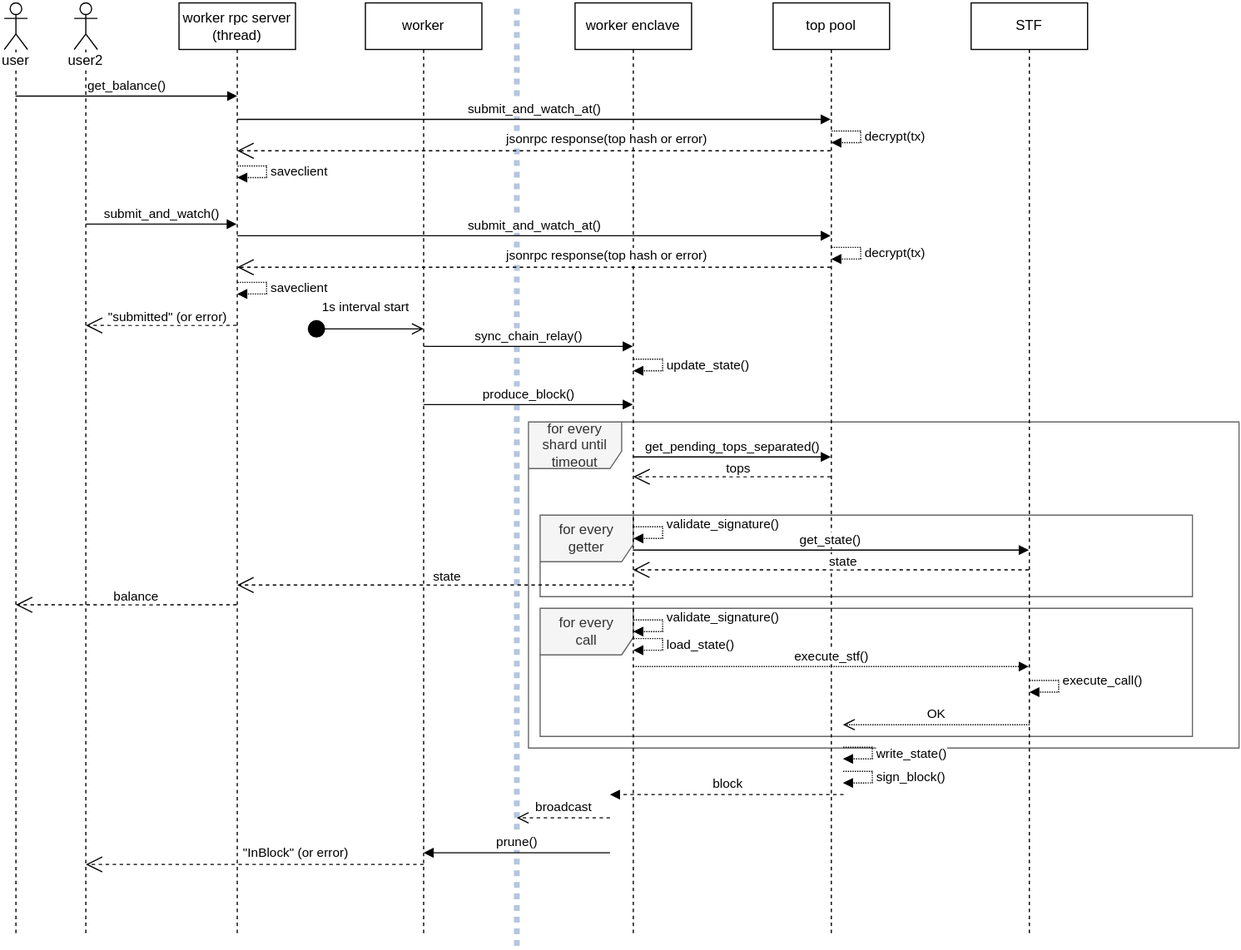
Above: sidechain-sequence.svg in haerdib/substraTEE_diagramms (draw.io), before the change. Source tidied: cells renumbered, new cells last; positions are measured from the earlier drawing's top-left corner, leaving out a move shared by most shapes.
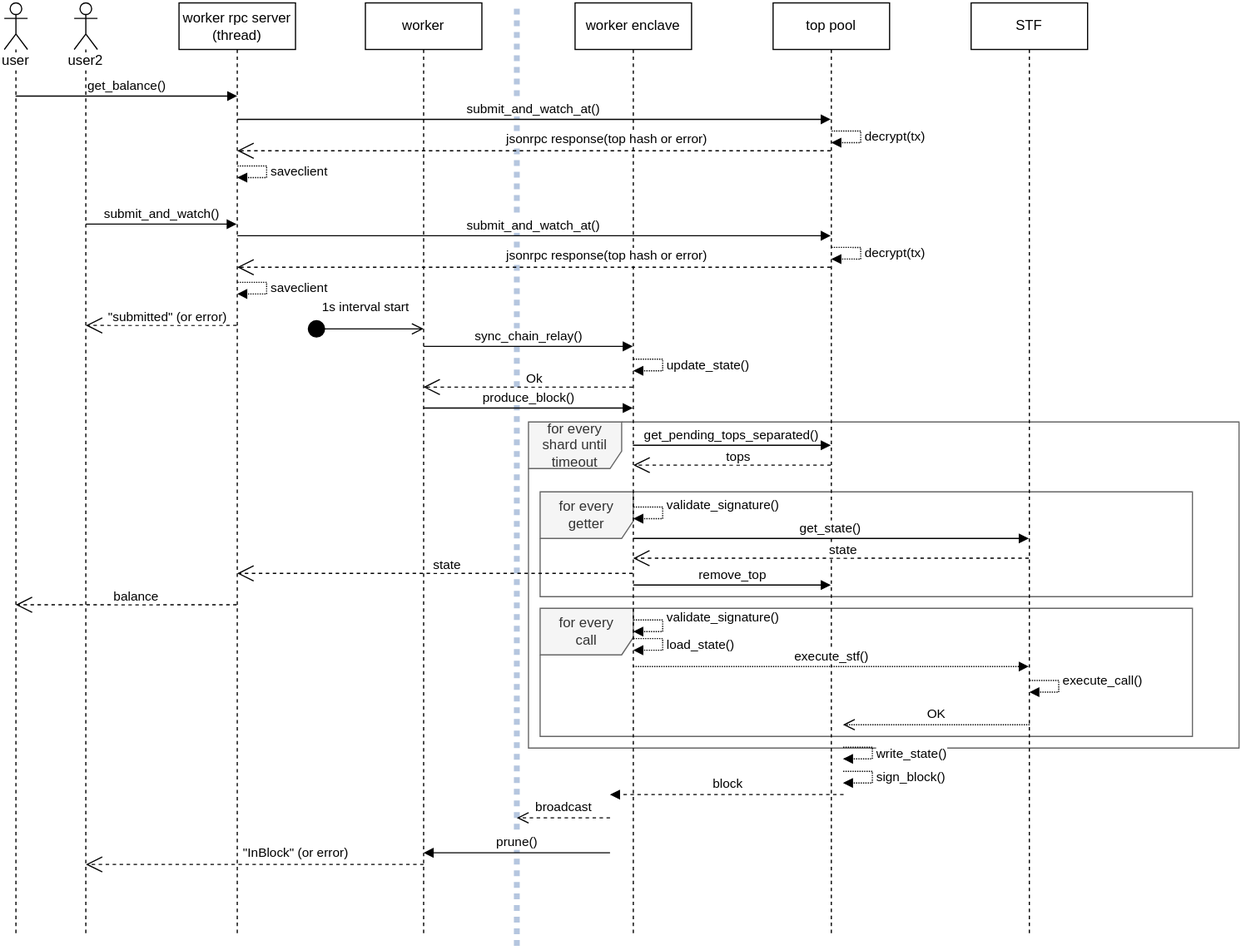
Above is the later version.

Diff of the diagram source:
```diff
@@ -9,7 +9,7 @@
       <mxGeometry x="460" y="520" width="560" height="110" as="geometry" />
     </mxCell>
     <mxCell id="4" value="for every getter" style="shape=umlFrame;whiteSpace=wrap;html=1;width=80;height=40;fillColor=#f5f5f5;strokeColor=#666666;fontColor=#333333;" parent="1" vertex="1">
-      <mxGeometry x="460" y="440" width="560" height="70" as="geometry" />
+      <mxGeometry x="460" y="420" width="560" height="90" as="geometry" />
     </mxCell>
     <mxCell id="5" style="endArrow=none;dashed=1;html=1;fillColor=#dae8fc;strokeColor=#6c8ebf;dashPattern=1 1;strokeWidth=5;opacity=50;" parent="1" edge="1">
       <mxGeometry relative="1" as="geometry">
@@ -32,6 +32,11 @@
     <mxCell id="9" value="worker enclave" style="shape=umlLifeline;perimeter=lifelinePerimeter;whiteSpace=wrap;html=1;" parent="1" vertex="1">
       <mxGeometry x="490" width="100" height="800" as="geometry" />
     </mxCell>
+    <mxCell id="46" value="remove_top" style="html=1;verticalAlign=bottom;endArrow=block;" parent="9" edge="1" target="8">
+      <mxGeometry relative="1" as="geometry">
+        <mxPoint x="50" y="500" as="sourcePoint" />
+      </mxGeometry>
+    </mxCell>
     <mxCell id="10" value="STF" style="shape=umlLifeline;perimeter=lifelinePerimeter;whiteSpace=wrap;html=1;outlineConnect=0;" parent="1" vertex="1">
       <mxGeometry x="830" width="100" height="800" as="geometry" />
     </mxCell>
@@ -49,8 +54,8 @@
     </mxCell>
     <mxCell id="14" value="produce_block()" style="html=1;verticalAlign=bottom;endArrow=block;" parent="13" edge="1">
       <mxGeometry relative="1" as="geometry">
-        <mxPoint x="50" y="345" as="sourcePoint" />
-        <mxPoint x="229.5" y="345" as="targetPoint" />
+        <mxPoint x="50" y="348" as="sourcePoint" />
+        <mxPoint x="229.5" y="348" as="targetPoint" />
       </mxGeometry>
     </mxCell>
     <mxCell id="15" value="1s interval start" style="html=1;verticalAlign=bottom;startArrow=circle;startFill=1;endArrow=open;startSize=6;endSize=8;" parent="1" edge="1">
@@ -187,29 +192,32 @@
     </mxCell>
     <mxCell id="31" value="get_pending_tops_separated()" style="html=1;verticalAlign=bottom;endArrow=block;" parent="1" edge="1">
       <mxGeometry relative="1" as="geometry">
-        <mxPoint x="539.7" y="390" as="sourcePoint" />
-        <mxPoint x="709.5" y="390" as="targetPoint" />
+        <mxPoint x="539.7" y="380" as="sourcePoint" />
+        <mxPoint x="709.5" y="380" as="targetPoint" />
       </mxGeometry>
     </mxCell>
     <mxCell id="32" value="tops" style="endArrow=open;endSize=12;dashed=1;html=1;" parent="1" edge="1">
       <mxGeometry x="-0.06" y="-7" relative="1" as="geometry">
-        <mxPoint x="709.5" y="407" as="sourcePoint" />
-        <mxPoint x="540" y="407" as="targetPoint" />
+        <mxPoint x="709.5" y="397" as="sourcePoint" />
+        <mxPoint x="540" y="397" as="targetPoint" />
       </mxGeometry>
     </mxCell>
-    <mxCell id="33" value="get_state()" style="html=1;verticalAlign=bottom;endArrow=block;" parent="1" edge="1" target="10">
+    <mxCell id="33" value="get_state()" style="html=1;verticalAlign=bottom;endArrow=block;" parent="1" edge="1">
       <mxGeometry relative="1" as="geometry">
-        <mxPoint x="539.7" y="470" as="sourcePoint" />
+        <mxPoint x="539.7" y="460" as="sourcePoint" />
+        <mxPoint x="879.5" y="460" as="targetPoint" />
       </mxGeometry>
     </mxCell>
-    <mxCell id="34" value="state" style="endArrow=open;endSize=12;dashed=1;html=1;" parent="1" edge="1" source="10">
+    <mxCell id="34" value="state" style="endArrow=open;endSize=12;dashed=1;html=1;" parent="1" edge="1">
       <mxGeometry x="-0.06" y="-7" relative="1" as="geometry">
-        <mxPoint x="539.8" y="487" as="targetPoint" />
+        <mxPoint x="879.5" y="477" as="sourcePoint" />
+        <mxPoint x="539.8" y="477" as="targetPoint" />
       </mxGeometry>
     </mxCell>
-    <mxCell id="35" value="state" style="endArrow=open;endSize=12;dashed=1;html=1;" parent="1" edge="1" target="6">
+    <mxCell id="35" value="state" style="endArrow=open;endSize=12;dashed=1;html=1;" parent="1" edge="1">
       <mxGeometry x="-0.06" y="-7" relative="1" as="geometry">
-        <mxPoint x="539.5" y="500" as="sourcePoint" />
+        <mxPoint x="539.5" y="490" as="sourcePoint" />
+        <mxPoint x="199.9" y="490" as="targetPoint" />
       </mxGeometry>
     </mxCell>
     <mxCell id="36" value="balance" style="endArrow=open;endSize=12;dashed=1;html=1;" parent="1" edge="1" target="37">
@@ -273,11 +281,11 @@
     </mxCell>
     <mxCell id="44" value="&lt;div&gt;validate_signature()&lt;/div&gt;&lt;div&gt;&lt;br&gt;&lt;/div&gt;" style="edgeStyle=orthogonalEdgeStyle;html=1;align=left;spacingLeft=2;endArrow=block;rounded=0;dashed=1;dashPattern=1 1;" parent="1" edge="1">
       <mxGeometry relative="1" as="geometry">
-        <mxPoint x="540.2" y="450" as="sourcePoint" />
-        <mxPoint x="540" y="460" as="targetPoint" />
+        <mxPoint x="540.2" y="433" as="sourcePoint" />
+        <mxPoint x="540" y="443" as="targetPoint" />
         <Array as="points">
-          <mxPoint x="565.2" y="450" />
-          <mxPoint x="565.2" y="460" />
+          <mxPoint x="565.2" y="433" />
+          <mxPoint x="565.2" y="443" />
         </Array>
       </mxGeometry>
     </mxCell>
@@ -291,5 +299,11 @@
         </Array>
       </mxGeometry>
     </mxCell>
+    <mxCell id="47" value="Ok" style="endArrow=open;endSize=12;dashed=1;html=1;" parent="1" edge="1">
+      <mxGeometry x="-0.06" y="-7" relative="1" as="geometry">
+        <mxPoint x="539.5" y="330" as="sourcePoint" />
+        <mxPoint x="359.8" y="330" as="targetPoint" />
+      </mxGeometry>
+    </mxCell>
   </root>
 </mxGraphModel>
```
